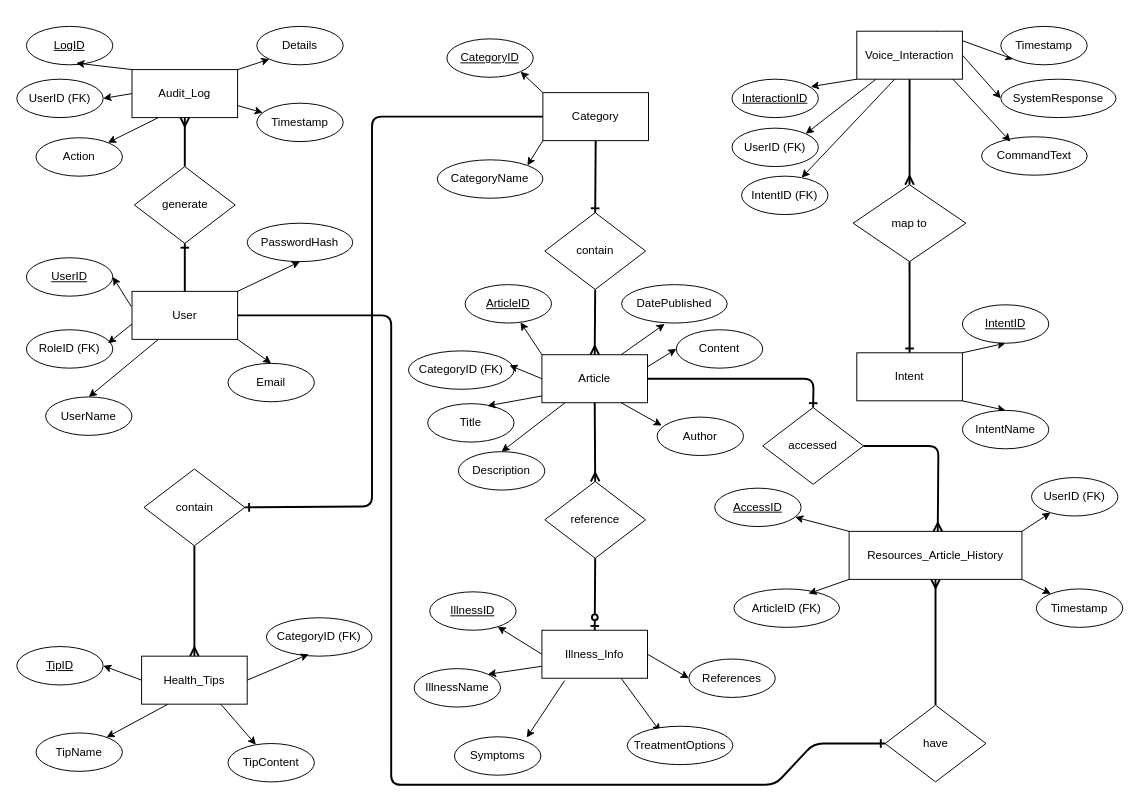
Above: MediHelp/src/entity-relationship-diagram/medihelp2.drawio in BlueXhima/MediHelp (draw.io), before the change. Source tidied: cells renumbered, new cells numbered last; positions are measured from the earlier drawing's top-left corner, leaving out a move shared by most shapes. Both pictures are drawn from the tidied source at 96%, with x=0, y=0 at pixel (16, 26).
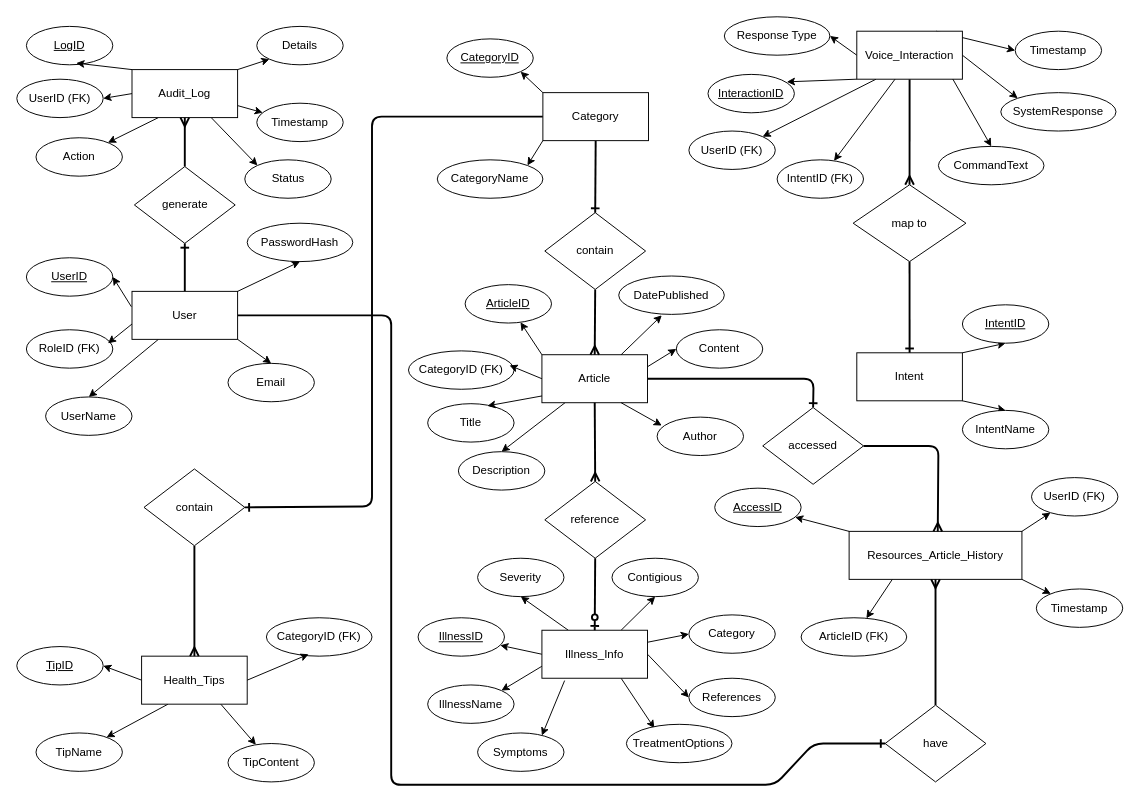
The same diagram, later.

Commit message (it also covers changes not shown here):
Already finish your notes for ERD (Valdo)

Nakabased ba yung mga notes mo sa mismong system natin? like yung mga hihingin na information para sa user? Then pacheck din ng mga relationship ng bawat entities (name ng table), yun lang

Unchanged cells that the change refers to:
```xml
<mxCell id="37" value="Resources_Article_History" style="rounded=0;whiteSpace=wrap;html=1;fontFamily=Helvetica;" parent="1" vertex="1">
  <mxGeometry x="867" y="526" width="180" height="50" as="geometry" />
</mxCell>
<mxCell id="50" value="Audit_Log" style="rounded=0;whiteSpace=wrap;html=1;fontFamily=Helvetica;" parent="1" vertex="1">
  <mxGeometry x="120" y="45" width="110" height="50" as="geometry" />
</mxCell>
<mxCell id="65" value="Voice_Interaction" style="rounded=0;whiteSpace=wrap;html=1;fontFamily=Helvetica;" parent="1" vertex="1">
  <mxGeometry x="875" y="5" width="110" height="50" as="geometry" />
</mxCell>
<mxCell id="97" value="Illness_Info" style="rounded=0;whiteSpace=wrap;html=1;fontFamily=Helvetica;" parent="1" vertex="1">
  <mxGeometry x="547" y="629" width="110" height="50" as="geometry" />
</mxCell>
```

What changed in the source:
```diff
@@
     <mxCell id="20" value="DatePublished" style="ellipse;whiteSpace=wrap;html=1;align=center;" parent="1" vertex="1">
-      <mxGeometry x="630" y="269" width="110" height="40" as="geometry" />
+      <mxGeometry x="627" y="260" width="110" height="40" as="geometry" />
     </mxCell>
@@
+    <mxCell id="42" style="edgeStyle=none;html=1;exitX=0.25;exitY=1;exitDx=0;exitDy=0;" parent="1" edge="1" source="37" target="40">
+      <mxGeometry relative="1" as="geometry" />
+    </mxCell>
@@
     <mxCell id="40" value="ArticleID (FK)" style="ellipse;whiteSpace=wrap;html=1;" parent="1" vertex="1">
-      <mxGeometry x="747" y="586" width="110" height="40" as="geometry" />
+      <mxGeometry x="817" y="616" width="110" height="40" as="geometry" />
     </mxCell>
@@
-    <mxCell id="42" style="edgeStyle=none;html=1;exitX=0;exitY=1;exitDx=0;exitDy=0;entryX=0.706;entryY=0.122;entryDx=0;entryDy=0;entryPerimeter=0;" parent="1" edge="1" source="37" target="40">
-      <mxGeometry relative="1" as="geometry" />
-    </mxCell>
@@
+    <mxCell id="112" style="edgeStyle=none;html=1;exitX=0.75;exitY=1;exitDx=0;exitDy=0;entryX=0;entryY=0;entryDx=0;entryDy=0;" parent="1" edge="1" source="50" target="121">
+      <mxGeometry relative="1" as="geometry" />
+    </mxCell>
@@
-    <mxCell id="60" style="edgeStyle=none;html=1;exitX=1;exitY=0.5;exitDx=0;exitDy=0;entryX=0;entryY=0.5;entryDx=0;entryDy=0;" parent="1" edge="1" source="65" target="70">
+    <mxCell id="60" style="edgeStyle=none;html=1;exitX=1;exitY=0.5;exitDx=0;exitDy=0;entryX=0;entryY=0;entryDx=0;entryDy=0;" parent="1" edge="1" source="65" target="70">
       <mxGeometry relative="1" as="geometry" />
     </mxCell>
-    <mxCell id="61" style="edgeStyle=none;html=1;exitX=0.75;exitY=0;exitDx=0;exitDy=0;entryX=0;entryY=1;entryDx=0;entryDy=0;" parent="1" edge="1" source="65" target="71">
+    <mxCell id="61" style="edgeStyle=none;html=1;exitX=0.75;exitY=0;exitDx=0;exitDy=0;entryX=0;entryY=0.5;entryDx=0;entryDy=0;" parent="1" edge="1" source="65" target="71">
       <mxGeometry relative="1" as="geometry" />
     </mxCell>
@@
+    <mxCell id="113" style="edgeStyle=none;html=1;exitX=0;exitY=0.5;exitDx=0;exitDy=0;entryX=1;entryY=0.5;entryDx=0;entryDy=0;" parent="1" edge="1" source="65" target="120">
+      <mxGeometry relative="1" as="geometry" />
+    </mxCell>
@@
     <mxCell id="66" value="&lt;u&gt;InteractionID&lt;/u&gt;" style="ellipse;whiteSpace=wrap;html=1;" parent="1" vertex="1">
-      <mxGeometry x="745" y="55" width="90" height="40" as="geometry" />
+      <mxGeometry x="720" y="50" width="90" height="40" as="geometry" />
     </mxCell>
     <mxCell id="67" value="UserID (FK)" style="ellipse;whiteSpace=wrap;html=1;" parent="1" vertex="1">
-      <mxGeometry x="745" y="106" width="90" height="40" as="geometry" />
+      <mxGeometry x="700.1" y="109" width="90" height="40" as="geometry" />
     </mxCell>
     <mxCell id="68" value="IntentID (FK)" style="ellipse;whiteSpace=wrap;html=1;" parent="1" vertex="1">
-      <mxGeometry x="755" y="156" width="90" height="40" as="geometry" />
+      <mxGeometry x="792" y="139" width="90" height="40" as="geometry" />
     </mxCell>
     <mxCell id="69" value="CommandText" style="ellipse;whiteSpace=wrap;html=1;align=center;" parent="1" vertex="1">
-      <mxGeometry x="1005" y="115" width="110" height="40" as="geometry" />
+      <mxGeometry x="960" y="125" width="110" height="40" as="geometry" />
     </mxCell>
     <mxCell id="70" value="SystemResponse" style="ellipse;whiteSpace=wrap;html=1;align=center;" parent="1" vertex="1">
-      <mxGeometry x="1025" y="55" width="120" height="40" as="geometry" />
+      <mxGeometry x="1025" y="69" width="120" height="40" as="geometry" />
     </mxCell>
     <mxCell id="71" value="Timestamp" style="ellipse;whiteSpace=wrap;html=1;align=center;" parent="1" vertex="1">
-      <mxGeometry x="1025" width="90" height="40" as="geometry" />
+      <mxGeometry x="1040" y="5" width="90" height="40" as="geometry" />
     </mxCell>
-    <mxCell id="72" style="edgeStyle=none;html=1;exitX=0.909;exitY=0.997;exitDx=0;exitDy=0;entryX=0.273;entryY=0.125;entryDx=0;entryDy=0;entryPerimeter=0;exitPerimeter=0;" parent="1" edge="1" source="65" target="69">
+    <mxCell id="72" style="edgeStyle=none;html=1;exitX=0.909;exitY=0.997;exitDx=0;exitDy=0;entryX=0.5;entryY=0;entryDx=0;entryDy=0;exitPerimeter=0;" parent="1" edge="1" source="65" target="69">
       <mxGeometry relative="1" as="geometry" />
     </mxCell>
@@
-    <mxCell id="94" style="edgeStyle=none;html=1;exitX=0.215;exitY=1.049;exitDx=0;exitDy=0;exitPerimeter=0;" parent="1" edge="1" source="97">
-      <mxGeometry relative="1" as="geometry">
-        <mxPoint x="531.2" y="740.8" as="targetPoint" />
-      </mxGeometry>
+    <mxCell id="94" style="edgeStyle=none;html=1;exitX=0.215;exitY=1.049;exitDx=0;exitDy=0;exitPerimeter=0;entryX=0.744;entryY=0.067;entryDx=0;entryDy=0;entryPerimeter=0;" parent="1" edge="1" source="97" target="100">
+      <mxGeometry relative="1" as="geometry" />
     </mxCell>
-    <mxCell id="95" style="edgeStyle=none;html=1;exitX=0.75;exitY=1;exitDx=0;exitDy=0;entryX=0;entryY=0;entryDx=0;entryDy=0;" parent="1" edge="1" source="97">
-      <mxGeometry relative="1" as="geometry">
-        <mxPoint x="670.3" y="734.7" as="targetPoint" />
-      </mxGeometry>
+    <mxCell id="95" style="edgeStyle=none;html=1;exitX=0.75;exitY=1;exitDx=0;exitDy=0;entryX=0.265;entryY=0.102;entryDx=0;entryDy=0;entryPerimeter=0;" parent="1" edge="1" source="97" target="101">
+      <mxGeometry relative="1" as="geometry" />
     </mxCell>
@@
+    <mxCell id="114" style="edgeStyle=none;html=1;exitX=0.25;exitY=0;exitDx=0;exitDy=0;entryX=0.5;entryY=1;entryDx=0;entryDy=0;" parent="1" edge="1" source="97" target="117">
+      <mxGeometry relative="1" as="geometry" />
+    </mxCell>
+    <mxCell id="115" style="edgeStyle=none;html=1;exitX=0.75;exitY=0;exitDx=0;exitDy=0;entryX=0.5;entryY=1;entryDx=0;entryDy=0;" parent="1" edge="1" source="97" target="118">
+      <mxGeometry relative="1" as="geometry" />
+    </mxCell>
+    <mxCell id="116" style="edgeStyle=none;html=1;exitX=1;exitY=0.25;exitDx=0;exitDy=0;entryX=0;entryY=0.5;entryDx=0;entryDy=0;" parent="1" edge="1" source="97" target="119">
+      <mxGeometry relative="1" as="geometry" />
+    </mxCell>
@@
     <mxCell id="98" value="&lt;u&gt;IllnessID&lt;/u&gt;" style="ellipse;whiteSpace=wrap;html=1;" parent="1" vertex="1">
-      <mxGeometry x="430.1" y="589" width="90" height="40" as="geometry" />
+      <mxGeometry x="418" y="616" width="90" height="40" as="geometry" />
     </mxCell>
     <mxCell id="99" value="IllnessName" style="ellipse;whiteSpace=wrap;html=1;" parent="1" vertex="1">
-      <mxGeometry x="413.9" y="669" width="90" height="40" as="geometry" />
+      <mxGeometry x="428" y="686" width="90" height="40" as="geometry" />
     </mxCell>
     <mxCell id="100" value="Symptoms" style="ellipse;whiteSpace=wrap;html=1;" parent="1" vertex="1">
-      <mxGeometry x="455.9" y="740" width="90" height="40" as="geometry" />
+      <mxGeometry x="480" y="736" width="90" height="40" as="geometry" />
     </mxCell>
     <mxCell id="101" value="TreatmentOptions" style="ellipse;whiteSpace=wrap;html=1;align=center;" parent="1" vertex="1">
-      <mxGeometry x="635.9" y="729" width="110" height="40" as="geometry" />
+      <mxGeometry x="635" y="727" width="110" height="40" as="geometry" />
     </mxCell>
     <mxCell id="102" value="References" style="ellipse;whiteSpace=wrap;html=1;" parent="1" vertex="1">
-      <mxGeometry x="700.1" y="659" width="90" height="40" as="geometry" />
+      <mxGeometry x="700.1" y="679" width="90" height="40" as="geometry" />
     </mxCell>
@@
+    <mxCell id="117" value="Severity" style="ellipse;whiteSpace=wrap;html=1;" parent="1" vertex="1">
+      <mxGeometry x="480" y="554" width="90" height="40" as="geometry" />
+    </mxCell>
+    <mxCell id="118" value="Contigious" style="ellipse;whiteSpace=wrap;html=1;" parent="1" vertex="1">
+      <mxGeometry x="620" y="554" width="90" height="40" as="geometry" />
+    </mxCell>
+    <mxCell id="119" value="Category" style="ellipse;whiteSpace=wrap;html=1;" parent="1" vertex="1">
+      <mxGeometry x="700.1" y="613" width="90" height="40" as="geometry" />
+    </mxCell>
+    <mxCell id="120" value="Response Type" style="ellipse;whiteSpace=wrap;html=1;" parent="1" vertex="1">
+      <mxGeometry x="737" y="-10" width="110" height="40" as="geometry" />
+    </mxCell>
+    <mxCell id="121" value="Status" style="ellipse;whiteSpace=wrap;html=1;align=center;" parent="1" vertex="1">
+      <mxGeometry x="237.5" y="139" width="90" height="40" as="geometry" />
+    </mxCell>
```
